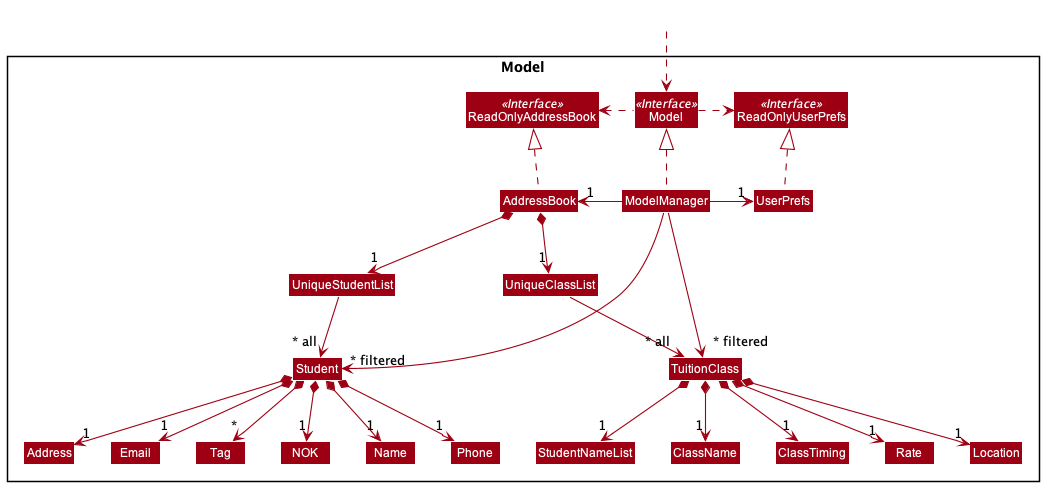
Before: docs/images/ModelClassDiagram.png, a diagram exported from PlantUML (softmagnet/tp).
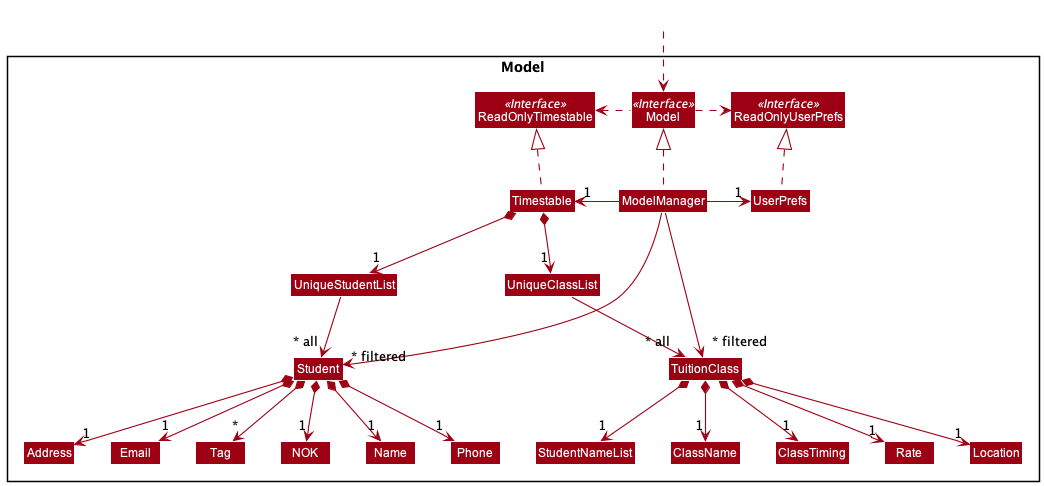
The same file after the commit.

Commit message:
Correct DG for model diagram and find command predicate.

Diff of the diagram source:
```diff
@@ -5,11 +5,11 @@
 skinparam classBackgroundColor MODEL_COLOR
 
 Package Model <<Rectangle>>{
-Interface ReadOnlyAddressBook <<Interface>>
+Interface ReadOnlyTimestable <<Interface>>
 Interface ReadOnlyUserPrefs <<Interface>>
 Interface Model <<Interface>>
-Class AddressBook
-Class ReadOnlyAddressBook
+Class Timestable
+Class ReadOnlyTimestable
 Class Model
 Class ModelManager
 Class UserPrefs
@@ -39,16 +39,16 @@
 Class HiddenOutside #FFFFFF
 HiddenOutside ..> Model
 
-AddressBook .up.|> ReadOnlyAddressBook
+Timestable .up.|> ReadOnlyTimestable
 
 ModelManager .up.|> Model
 Model .right.> ReadOnlyUserPrefs
-Model .left.> ReadOnlyAddressBook
-ModelManager -left-> "1" AddressBook
+Model .left.> ReadOnlyTimestable
+ModelManager -left-> "1" Timestable
 ModelManager -right-> "1" UserPrefs
 UserPrefs .up.|> ReadOnlyUserPrefs
 
-AddressBook *--> "1" UniqueStudentList
+Timestable *--> "1" UniqueStudentList
 UniqueStudentList --> "~* all" Student
 Student *--> "1" Name
 Student *--> "1" Phone
@@ -57,7 +57,7 @@
 Student *--> "*" Tag
 Student *--> "1" NOK
 
-AddressBook *--> "1" UniqueClassList
+Timestable *--> "1" UniqueClassList
 UniqueClassList --> "~* all" TuitionClass
 TuitionClass *--> "1" ClassName
 TuitionClass *--> "1" ClassTiming
```
